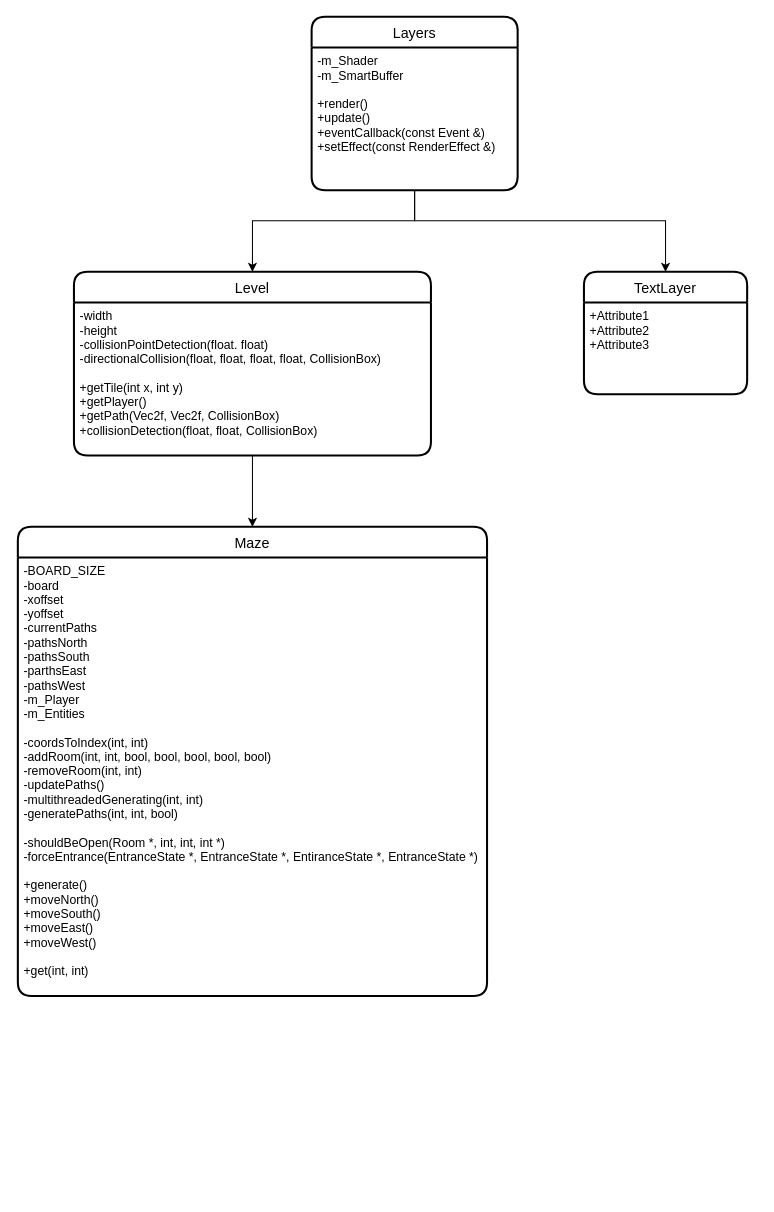
DeDerpster/TheMazeGame keeps this draw.io diagram as page "Layers" (3 of 10) of docs/Design - Classes.drawio. Above is the earlier version. Source tidied: cells renumbered, new cells numbered last; positions are measured from the earlier drawing's top-left corner, leaving out a move shared by most shapes. Both pictures are drawn from the tidied source at 102%, with x=0, y=0 at pixel (17, 16).
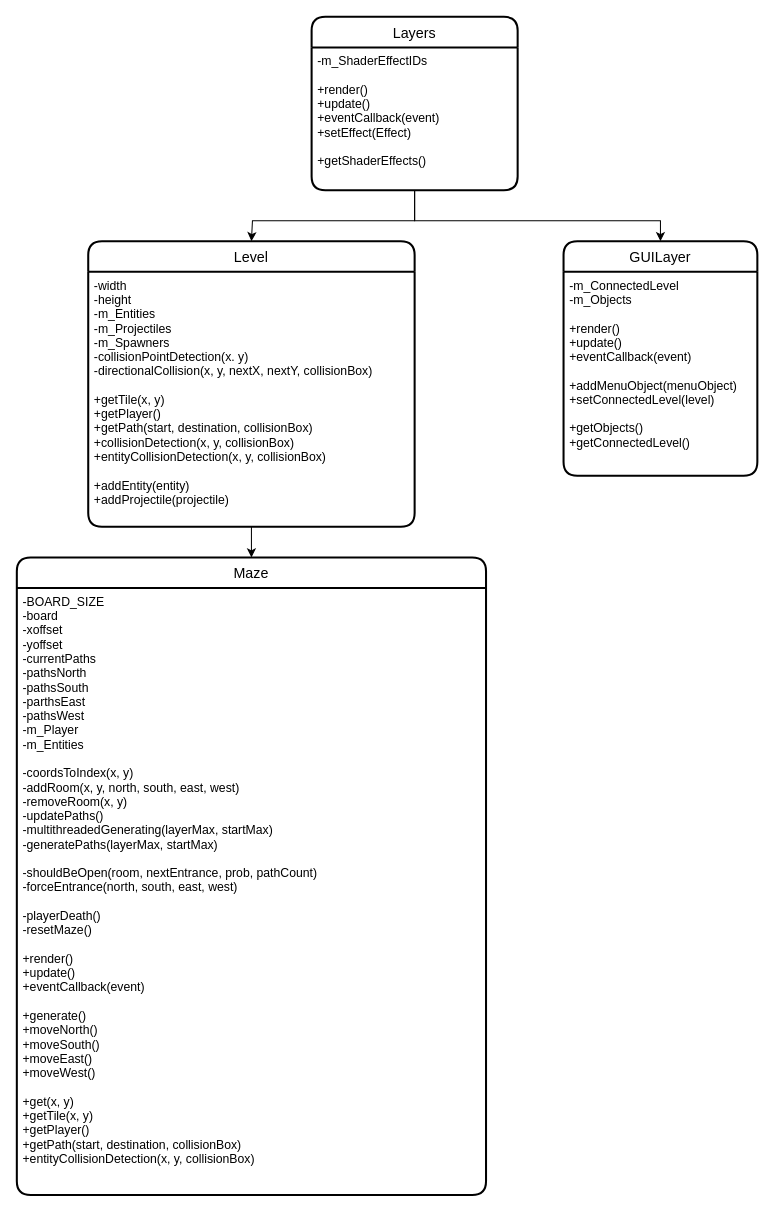
The same page after the edit.

What changed in the source:
```diff
@@
 <mxGraphModel>
   <root>
     <mxCell id="0" />
     <mxCell id="1" parent="0" />
-    <mxCell id="2" value="TextLayer" style="swimlane;horizontal=1;startSize=30;rounded=1;fontSize=14;fontStyle=0;strokeWidth=2;shadow=0;dashed=0;align=center;" parent="1" vertex="1">
-      <mxGeometry x="555" y="250" width="160" height="120" as="geometry" />
-    </mxCell>
-    <mxCell id="3" value="+Attribute1&#10;+Attribute2&#10;+Attribute3" style="align=left;strokeColor=none;fillColor=none;spacingLeft=4;fontSize=12;verticalAlign=top;" parent="2" vertex="1">
-      <mxGeometry y="30" width="160" height="90" as="geometry" />
-    </mxCell>
     <mxCell id="4" style="edgeStyle=orthogonalEdgeStyle;rounded=0;jettySize=auto;html=1;entryX=0.5;entryY=0;entryDx=0;entryDy=0;" parent="1" edge="1" source="8" target="11">
       <mxGeometry relative="1" as="geometry">
         <Array as="points">
           <mxPoint x="389" y="200" />
           <mxPoint x="230" y="200" />
         </Array>
       </mxGeometry>
     </mxCell>
-    <mxCell id="5" style="edgeStyle=orthogonalEdgeStyle;rounded=0;jettySize=auto;html=1;" parent="1" edge="1" source="8" target="2">
-      <mxGeometry relative="1" as="geometry">
-        <Array as="points">
-          <mxPoint x="389" y="200" />
-          <mxPoint x="635" y="200" />
-        </Array>
-      </mxGeometry>
-    </mxCell>
     <mxCell id="6" style="edgeStyle=orthogonalEdgeStyle;rounded=0;jettySize=auto;html=1;entryX=0.5;entryY=0;entryDx=0;entryDy=0;" parent="1" edge="1" source="12" target="9">
       <mxGeometry relative="1" as="geometry" />
     </mxCell>
     <mxCell id="7" value="Layers" style="swimlane;horizontal=1;startSize=30;rounded=1;fontSize=14;fontStyle=0;strokeWidth=2;shadow=0;dashed=0;align=center;" parent="1" vertex="1">
       <mxGeometry x="288" width="202" height="170" as="geometry" />
     </mxCell>
-    <mxCell id="8" value="-m_Shader&#10;-m_SmartBuffer&#10;&#10;+render()&#10;+update()&#10;+eventCallback(const Event &amp;)&#10;+setEffect(const RenderEffect &amp;)" style="align=left;strokeColor=none;fillColor=none;spacingLeft=4;fontSize=12;verticalAlign=top;" parent="7" vertex="1">
+    <mxCell id="8" value="-m_ShaderEffectIDs&#10;&#10;+render()&#10;+update()&#10;+eventCallback(event)&#10;+setEffect(Effect)&#10;&#10;+getShaderEffects()" style="align=left;strokeColor=none;fillColor=none;spacingLeft=4;fontSize=12;verticalAlign=top;" parent="7" vertex="1">
       <mxGeometry y="30" width="202" height="140" as="geometry" />
     </mxCell>
     <mxCell id="9" value="Maze" style="swimlane;horizontal=1;startSize=30;rounded=1;fontSize=14;fontStyle=0;strokeWidth=2;shadow=0;dashed=0;align=center;" parent="1" vertex="1">
-      <mxGeometry y="500" width="460" height="460" as="geometry" />
+      <mxGeometry x="-1" y="530" width="460" height="625" as="geometry" />
     </mxCell>
-    <mxCell id="10" value="-BOARD_SIZE&#10;-board&#10;-xoffset&#10;-yoffset&#10;-currentPaths&#10;-pathsNorth&#10;-pathsSouth&#10;-parthsEast&#10;-pathsWest&#10;-m_Player&#10;-m_Entities&#10;&#10;-coordsToIndex(int, int)&#10;-addRoom(int, int, bool, bool, bool, bool, bool)&#10;-removeRoom(int, int)&#10;-updatePaths()&#10;-multithreadedGenerating(int, int)&#10;-generatePaths(int, int, bool)&#10;&#10;-shouldBeOpen(Room *, int, int, int *)&#10;-forceEntrance(EntranceState *, EntranceState *, EntiranceState *, EntranceState *)&#10;&#10;+generate()&#10;+moveNorth()&#10;+moveSouth()&#10;+moveEast()&#10;+moveWest()&#10;&#10;+get(int, int)" style="align=left;strokeColor=none;fillColor=none;spacingLeft=4;fontSize=12;verticalAlign=top;" parent="9" vertex="1">
-      <mxGeometry y="30" width="460" height="430" as="geometry" />
+    <mxCell id="10" value="-BOARD_SIZE&#10;-board&#10;-xoffset&#10;-yoffset&#10;-currentPaths&#10;-pathsNorth&#10;-pathsSouth&#10;-parthsEast&#10;-pathsWest&#10;-m_Player&#10;-m_Entities&#10;&#10;-coordsToIndex(x, y)&#10;-addRoom(x, y, north, south, east, west)&#10;-removeRoom(x, y)&#10;-updatePaths()&#10;-multithreadedGenerating(layerMax, startMax)&#10;-generatePaths(layerMax, startMax)&#10;&#10;-shouldBeOpen(room, nextEntrance, prob, pathCount)&#10;-forceEntrance(north, south, east, west)&#10;&#10;-playerDeath()&#10;-resetMaze()&#10;&#10;+render()&#10;+update()&#10;+eventCallback(event)&#10;&#10;+generate()&#10;+moveNorth()&#10;+moveSouth()&#10;+moveEast()&#10;+moveWest()&#10;&#10;+get(x, y)&#10;+getTile(x, y)&#10;+getPlayer()&#10;+getPath(start, destination, collisionBox)&#10;+entityCollisionDetection(x, y, collisionBox)" style="align=left;strokeColor=none;fillColor=none;spacingLeft=4;fontSize=12;verticalAlign=top;" parent="9" vertex="1">
+      <mxGeometry y="30" width="460" height="595" as="geometry" />
     </mxCell>
     <mxCell id="11" value="Level" style="swimlane;horizontal=1;startSize=30;rounded=1;fontSize=14;fontStyle=0;strokeWidth=2;shadow=0;dashed=0;align=center;" parent="1" vertex="1">
-      <mxGeometry x="55" y="250" width="350" height="180" as="geometry" />
+      <mxGeometry x="69" y="220" width="320" height="280" as="geometry" />
     </mxCell>
-    <mxCell id="12" value="-width&#10;-height&#10;-collisionPointDetection(float. float)&#10;-directionalCollision(float, float, float, float, CollisionBox)&#10;&#10;+getTile(int x, int y)&#10;+getPlayer()&#10;+getPath(Vec2f, Vec2f, CollisionBox)&#10;+collisionDetection(float, float, CollisionBox)" style="align=left;strokeColor=none;fillColor=none;spacingLeft=4;fontSize=12;verticalAlign=top;" parent="11" vertex="1">
-      <mxGeometry y="30" width="350" height="150" as="geometry" />
+    <mxCell id="12" value="-width&#10;-height&#10;-m_Entities&#10;-m_Projectiles&#10;-m_Spawners&#10;-collisionPointDetection(x. y)&#10;-directionalCollision(x, y, nextX, nextY, collisionBox)&#10;&#10;+getTile(x, y)&#10;+getPlayer()&#10;+getPath(start, destination, collisionBox)&#10;+collisionDetection(x, y, collisionBox)&#10;+entityCollisionDetection(x, y, collisionBox)&#10;&#10;+addEntity(entity)&#10;+addProjectile(projectile)" style="align=left;strokeColor=none;fillColor=none;spacingLeft=4;fontSize=12;verticalAlign=top;" parent="11" vertex="1">
+      <mxGeometry y="30" width="320" height="250" as="geometry" />
     </mxCell>
+    <mxCell id="13" value="GUILayer" style="swimlane;horizontal=1;startSize=30;rounded=1;fontSize=14;fontStyle=0;strokeWidth=2;shadow=0;dashed=0;align=center;" parent="1" vertex="1">
+      <mxGeometry x="535" y="220" width="190" height="230" as="geometry" />
+    </mxCell>
+    <mxCell id="14" value="-m_ConnectedLevel&#10;-m_Objects&#10;&#10;+render()&#10;+update()&#10;+eventCallback(event)&#10;&#10;+addMenuObject(menuObject)&#10;+setConnectedLevel(level)&#10;&#10;+getObjects()&#10;+getConnectedLevel()" style="align=left;strokeColor=none;fillColor=none;spacingLeft=4;fontSize=12;verticalAlign=top;" parent="13" vertex="1">
+      <mxGeometry y="30" width="190" height="200" as="geometry" />
+    </mxCell>
+    <mxCell id="15" style="edgeStyle=orthogonalEdgeStyle;rounded=0;jettySize=auto;html=1;" parent="1" edge="1" source="8" target="13">
+      <mxGeometry relative="1" as="geometry">
+        <Array as="points">
+          <mxPoint x="389" y="200" />
+          <mxPoint x="630" y="200" />
+        </Array>
+      </mxGeometry>
+    </mxCell>
   </root>
 </mxGraphModel>
```
